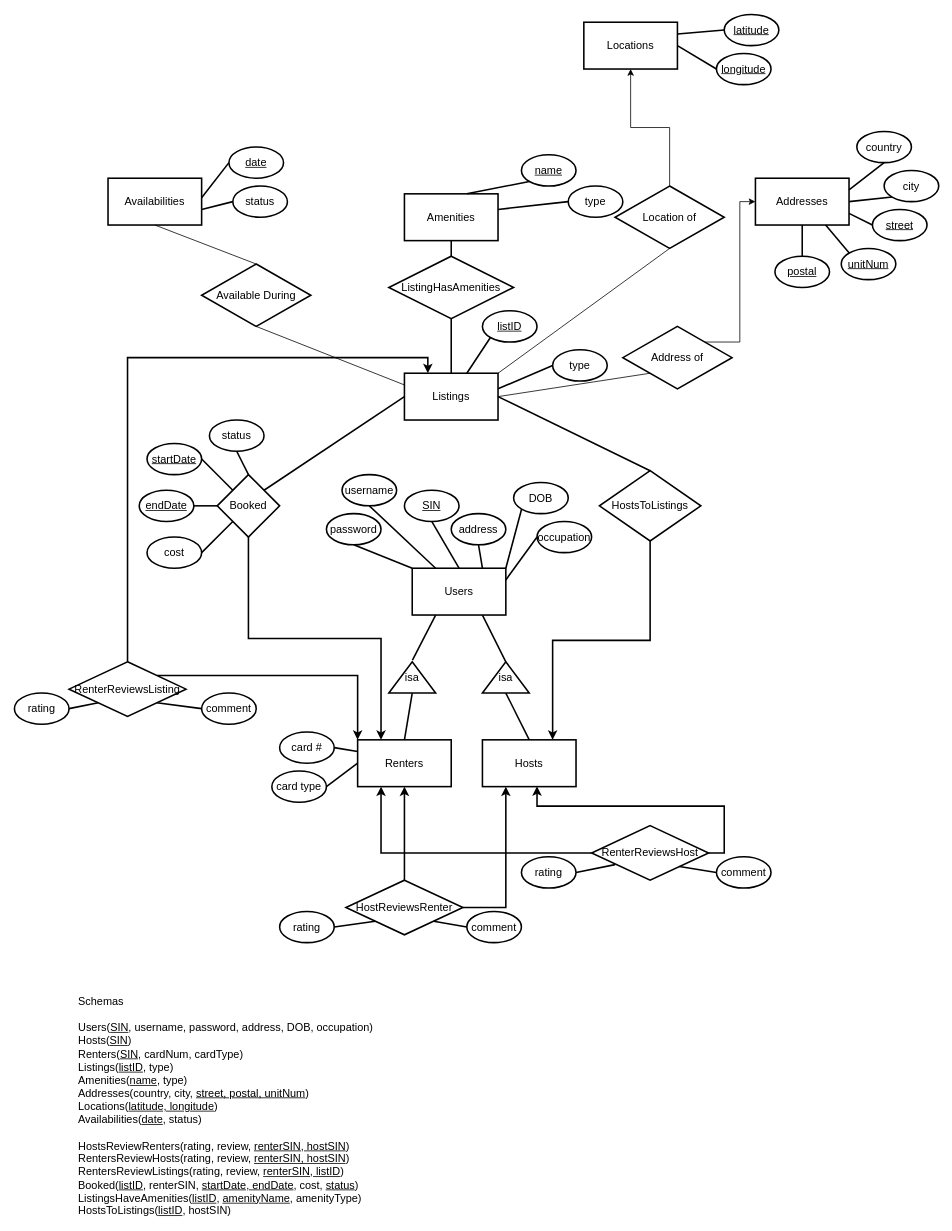
Earlier version of the draw.io diagram mybnbER.drawio (AnanyaPoddar/MyBnB). Source tidied: cells renumbered, new cells numbered last; positions are measured from the earlier drawing's top-left corner, leaving out a move shared by most shapes. Both pictures are drawn from the tidied source at 78%, with x=0, y=0 at pixel (14, 14).
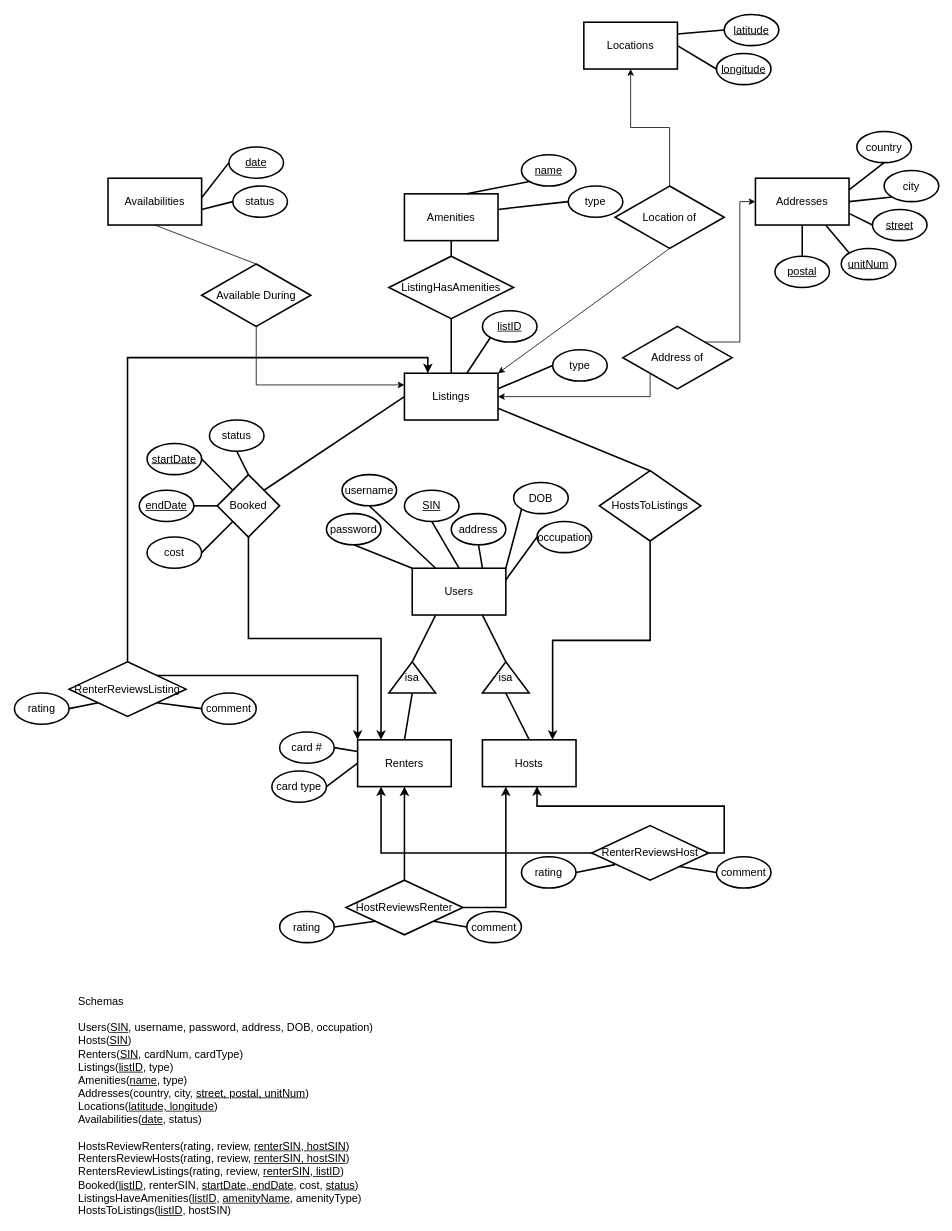
Above is the later version.

Unchanged cells that the change refers to:
```xml
<mxCell id="2" value="Listings" style="rounded=0;whiteSpace=wrap;html=1;strokeWidth=2;fontSize=14;" parent="1" vertex="1">
  <mxGeometry x="500" y="460" width="120" height="60" as="geometry" />
</mxCell>
<mxCell id="7" value="Users" style="rounded=0;whiteSpace=wrap;html=1;strokeWidth=2;fontSize=14;" parent="1" vertex="1">
  <mxGeometry x="510" y="710" width="120" height="60" as="geometry" />
</mxCell>
<mxCell id="10" value="isa" style="triangle;whiteSpace=wrap;html=1;direction=north;strokeWidth=2;fontSize=14;" parent="1" vertex="1">
  <mxGeometry x="480" y="830" width="60" height="40" as="geometry" />
</mxCell>
<mxCell id="58" value="HostsToListings" style="rhombus;whiteSpace=wrap;html=1;fontSize=14;strokeWidth=2;" parent="1" vertex="1">
  <mxGeometry x="750" y="585" width="130" height="90" as="geometry" />
</mxCell>
<mxCell id="97" value="Available During" style="rhombus;whiteSpace=wrap;html=1;fontSize=14;strokeWidth=2;" parent="1" vertex="1">
  <mxGeometry x="240" y="320" width="140" height="80" as="geometry" />
</mxCell>
<mxCell id="101" value="Address of" style="rhombus;whiteSpace=wrap;html=1;fontSize=14;strokeWidth=2;" parent="1" vertex="1">
  <mxGeometry x="780" y="400" width="140" height="80" as="geometry" />
</mxCell>
<mxCell id="104" value="Location of" style="rhombus;whiteSpace=wrap;html=1;fontSize=14;strokeWidth=2;" parent="1" vertex="1">
  <mxGeometry x="770" y="220" width="140" height="80" as="geometry" />
</mxCell>
```

What changed in the source:
```diff
@@
-    <mxCell id="11" style="endArrow=none;html=1;rounded=0;exitX=1.055;exitY=0.505;exitDx=0;exitDy=0;entryX=0.25;entryY=1;entryDx=0;entryDy=0;strokeWidth=2;fontSize=14;exitPerimeter=0;" parent="1" edge="1" source="10" target="7">
+    <mxCell id="11" style="endArrow=none;html=1;rounded=0;exitX=1;exitY=0.5;exitDx=0;exitDy=0;entryX=0.25;entryY=1;entryDx=0;entryDy=0;strokeWidth=2;fontSize=14;" parent="1" edge="1" source="10" target="7">
       <mxGeometry relative="1" as="geometry" />
     </mxCell>
@@
-    <mxCell id="59" style="endArrow=none;html=1;rounded=0;fontSize=14;strokeWidth=2;exitX=0.5;exitY=0;exitDx=0;exitDy=0;entryX=1;entryY=0.5;entryDx=0;entryDy=0;" parent="1" edge="1" source="58" target="2">
+    <mxCell id="59" style="endArrow=none;html=1;rounded=0;fontSize=14;strokeWidth=2;exitX=0.5;exitY=0;exitDx=0;exitDy=0;entryX=1;entryY=0.75;entryDx=0;entryDy=0;" parent="1" edge="1" source="58" target="2">
       <mxGeometry relative="1" as="geometry" />
     </mxCell>
@@
+    <mxCell id="106" style="edgeStyle=orthogonalEdgeStyle;rounded=0;jettySize=auto;html=1;exitX=0.5;exitY=1;exitDx=0;exitDy=0;entryX=0;entryY=0.25;entryDx=0;entryDy=0;" parent="1" edge="1" source="97" target="2">
+      <mxGeometry relative="1" as="geometry" />
+    </mxCell>
@@
-    <mxCell id="98" style="endArrow=none;html=1;rounded=0;exitX=0;exitY=0.25;exitDx=0;exitDy=0;entryX=0.5;entryY=1;entryDx=0;entryDy=0;" parent="1" edge="1" source="2" target="97">
-      <mxGeometry relative="1" as="geometry" />
-    </mxCell>
@@
+    <mxCell id="107" style="edgeStyle=orthogonalEdgeStyle;rounded=0;jettySize=auto;html=1;exitX=0;exitY=1;exitDx=0;exitDy=0;entryX=1;entryY=0.5;entryDx=0;entryDy=0;" parent="1" edge="1" source="101" target="2">
+      <mxGeometry relative="1" as="geometry">
+        <Array as="points">
+          <mxPoint x="815" y="490" />
+        </Array>
+      </mxGeometry>
+    </mxCell>
@@
-    <mxCell id="102" style="endArrow=none;html=1;rounded=0;exitX=1;exitY=0.5;exitDx=0;exitDy=0;entryX=0;entryY=1;entryDx=0;entryDy=0;" parent="1" edge="1" source="2" target="101">
-      <mxGeometry relative="1" as="geometry" />
-    </mxCell>
@@
-    <mxCell id="105" style="endArrow=none;html=1;rounded=0;exitX=1;exitY=0;exitDx=0;exitDy=0;entryX=0.5;entryY=1;entryDx=0;entryDy=0;" parent="1" edge="1" source="2" target="104">
-      <mxGeometry relative="1" as="geometry" />
-    </mxCell>
+    <mxCell id="108" style="endArrow=classic;html=1;rounded=0;exitX=0.5;exitY=1;exitDx=0;exitDy=0;entryX=1;entryY=0;entryDx=0;entryDy=0;" parent="1" edge="1" source="104" target="2">
+      <mxGeometry relative="1" as="geometry" />
+    </mxCell>
```
